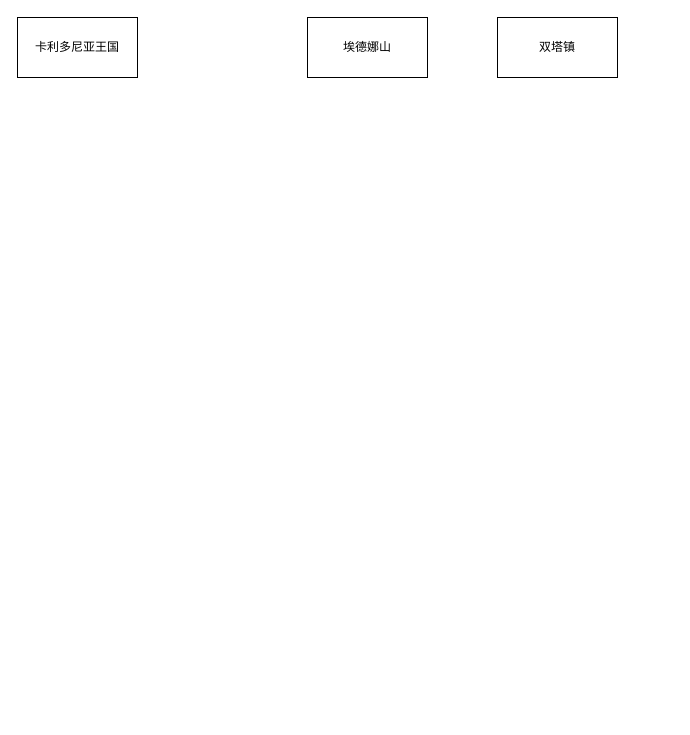
Earlier version of the draw.io diagram page "map" (10 of 10) of unity.drawio (goldmine/base). Source tidied: cells renumbered, new cells numbered last; positions are measured from the earlier drawing's top-left corner, leaving out a move shared by most shapes. Both pictures are drawn from the tidied source at 100%, with x=0, y=0 at pixel (17, 17).
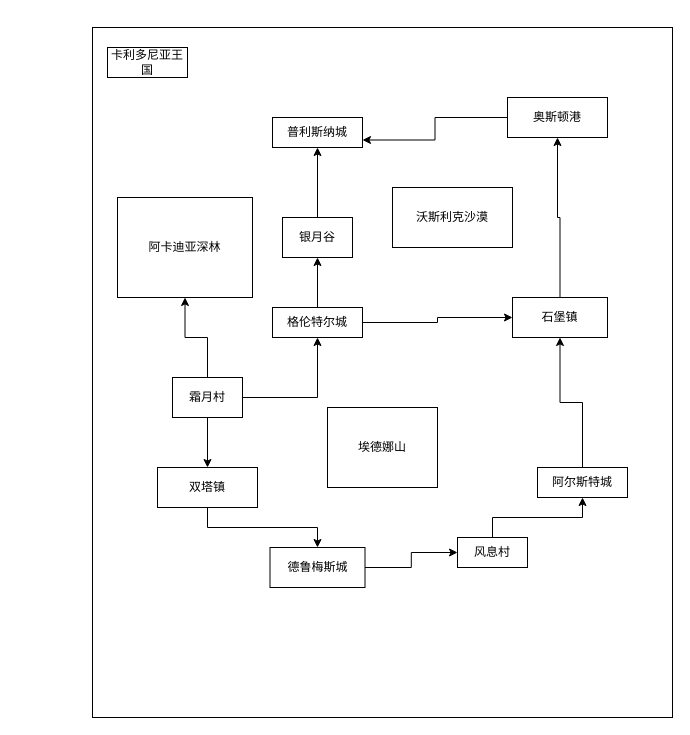
Above is the later version.

Diff of the diagram source:
```diff
@@
-    <mxCell id="2" value="卡利多尼亚王国" style="rounded=0;whiteSpace=wrap;html=1;" parent="1" vertex="1">
-      <mxGeometry width="120" height="60" as="geometry" />
+    <mxCell id="2" style="rounded=0;whiteSpace=wrap;html=1;" parent="1" vertex="1">
+      <mxGeometry x="75" y="10" width="580" height="690" as="geometry" />
     </mxCell>
     <mxCell id="3" value="埃德娜山" style="rounded=0;whiteSpace=wrap;html=1;" parent="1" vertex="1">
-      <mxGeometry x="290" width="120" height="60" as="geometry" />
+      <mxGeometry x="310" y="390" width="110" height="80" as="geometry" />
     </mxCell>
+    <mxCell id="5" value="卡利多尼亚王国" style="rounded=0;whiteSpace=wrap;html=1;" parent="1" vertex="1">
+      <mxGeometry x="90" y="30" width="80" height="30" as="geometry" />
+    </mxCell>
+    <mxCell id="6" value="普利斯纳城" style="rounded=0;whiteSpace=wrap;html=1;" parent="1" vertex="1">
+      <mxGeometry x="255" y="100" width="90" height="30" as="geometry" />
+    </mxCell>
+    <mxCell id="7" style="edgeStyle=orthogonalEdgeStyle;rounded=0;jettySize=auto;html=1;exitX=1;exitY=0.5;exitDx=0;exitDy=0;" parent="1" edge="1" source="8" target="24">
+      <mxGeometry relative="1" as="geometry" />
+    </mxCell>
+    <mxCell id="8" value="德鲁梅斯城" style="rounded=0;whiteSpace=wrap;html=1;" parent="1" vertex="1">
+      <mxGeometry x="252.5" y="530" width="95" height="40" as="geometry" />
+    </mxCell>
+    <mxCell id="9" style="edgeStyle=orthogonalEdgeStyle;rounded=0;jettySize=auto;html=1;exitX=0.5;exitY=0;exitDx=0;exitDy=0;" parent="1" edge="1" source="11" target="26">
+      <mxGeometry relative="1" as="geometry" />
+    </mxCell>
+    <mxCell id="10" style="edgeStyle=orthogonalEdgeStyle;rounded=0;jettySize=auto;html=1;" parent="1" edge="1" source="11" target="20">
+      <mxGeometry relative="1" as="geometry" />
+    </mxCell>
+    <mxCell id="11" value="格伦特尔城" style="rounded=0;whiteSpace=wrap;html=1;" parent="1" vertex="1">
+      <mxGeometry x="255" y="290" width="90" height="30" as="geometry" />
+    </mxCell>
+    <mxCell id="12" style="edgeStyle=orthogonalEdgeStyle;rounded=0;jettySize=auto;html=1;entryX=0.5;entryY=1;entryDx=0;entryDy=0;" parent="1" edge="1" source="13" target="20">
+      <mxGeometry relative="1" as="geometry" />
+    </mxCell>
+    <mxCell id="13" value="阿尔斯特城" style="rounded=0;whiteSpace=wrap;html=1;" parent="1" vertex="1">
+      <mxGeometry x="520" y="450" width="90" height="30" as="geometry" />
+    </mxCell>
+    <mxCell id="14" style="edgeStyle=orthogonalEdgeStyle;rounded=0;jettySize=auto;html=1;exitX=1;exitY=0.5;exitDx=0;exitDy=0;entryX=0.5;entryY=1;entryDx=0;entryDy=0;" parent="1" edge="1" source="17" target="11">
+      <mxGeometry relative="1" as="geometry" />
+    </mxCell>
+    <mxCell id="15" style="edgeStyle=orthogonalEdgeStyle;rounded=0;jettySize=auto;html=1;exitX=0.5;exitY=1;exitDx=0;exitDy=0;" parent="1" edge="1" source="17" target="4">
+      <mxGeometry relative="1" as="geometry" />
+    </mxCell>
+    <mxCell id="16" style="edgeStyle=orthogonalEdgeStyle;rounded=0;jettySize=auto;html=1;exitX=0.5;exitY=0;exitDx=0;exitDy=0;entryX=0.5;entryY=1;entryDx=0;entryDy=0;" parent="1" edge="1" source="17" target="28">
+      <mxGeometry relative="1" as="geometry" />
+    </mxCell>
+    <mxCell id="17" value="霜月村" style="rounded=0;whiteSpace=wrap;html=1;" parent="1" vertex="1">
+      <mxGeometry x="155" y="360" width="70" height="40" as="geometry" />
+    </mxCell>
+    <mxCell id="18" style="edgeStyle=orthogonalEdgeStyle;rounded=0;jettySize=auto;html=1;exitX=0.5;exitY=1;exitDx=0;exitDy=0;" parent="1" edge="1" source="4" target="8">
+      <mxGeometry relative="1" as="geometry" />
+    </mxCell>
     <mxCell id="4" value="双塔镇" style="rounded=0;whiteSpace=wrap;html=1;" parent="1" vertex="1">
-      <mxGeometry x="480" width="120" height="60" as="geometry" />
+      <mxGeometry x="140" y="450" width="100" height="40" as="geometry" />
     </mxCell>
+    <mxCell id="19" style="edgeStyle=orthogonalEdgeStyle;rounded=0;jettySize=auto;html=1;" parent="1" edge="1" source="20" target="22">
+      <mxGeometry relative="1" as="geometry" />
+    </mxCell>
+    <mxCell id="20" value="石堡镇" style="rounded=0;whiteSpace=wrap;html=1;" parent="1" vertex="1">
+      <mxGeometry x="495" y="280" width="95" height="40" as="geometry" />
+    </mxCell>
+    <mxCell id="21" style="edgeStyle=orthogonalEdgeStyle;rounded=0;jettySize=auto;html=1;exitX=0;exitY=0.5;exitDx=0;exitDy=0;entryX=1;entryY=0.75;entryDx=0;entryDy=0;" parent="1" edge="1" source="22" target="6">
+      <mxGeometry relative="1" as="geometry" />
+    </mxCell>
+    <mxCell id="22" value="奥斯顿港" style="rounded=0;whiteSpace=wrap;html=1;" parent="1" vertex="1">
+      <mxGeometry x="490" y="80" width="100" height="40" as="geometry" />
+    </mxCell>
+    <mxCell id="23" style="edgeStyle=orthogonalEdgeStyle;rounded=0;jettySize=auto;html=1;exitX=0.5;exitY=0;exitDx=0;exitDy=0;" parent="1" edge="1" source="24" target="13">
+      <mxGeometry relative="1" as="geometry" />
+    </mxCell>
+    <mxCell id="24" value="风息村" style="rounded=0;whiteSpace=wrap;html=1;" parent="1" vertex="1">
+      <mxGeometry x="440" y="520" width="70" height="30" as="geometry" />
+    </mxCell>
+    <mxCell id="25" style="edgeStyle=orthogonalEdgeStyle;rounded=0;jettySize=auto;html=1;exitX=0.5;exitY=0;exitDx=0;exitDy=0;" parent="1" edge="1" source="26" target="6">
+      <mxGeometry relative="1" as="geometry" />
+    </mxCell>
+    <mxCell id="26" value="银月谷" style="rounded=0;whiteSpace=wrap;html=1;" parent="1" vertex="1">
+      <mxGeometry x="265" y="200" width="70" height="40" as="geometry" />
+    </mxCell>
+    <mxCell id="27" value="沃斯利克沙漠" style="rounded=0;whiteSpace=wrap;html=1;" parent="1" vertex="1">
+      <mxGeometry x="375" y="170" width="120" height="60" as="geometry" />
+    </mxCell>
+    <mxCell id="28" value="阿卡迪亚深林" style="rounded=0;whiteSpace=wrap;html=1;" parent="1" vertex="1">
+      <mxGeometry x="100" y="180" width="135" height="100" as="geometry" />
+    </mxCell>
```
